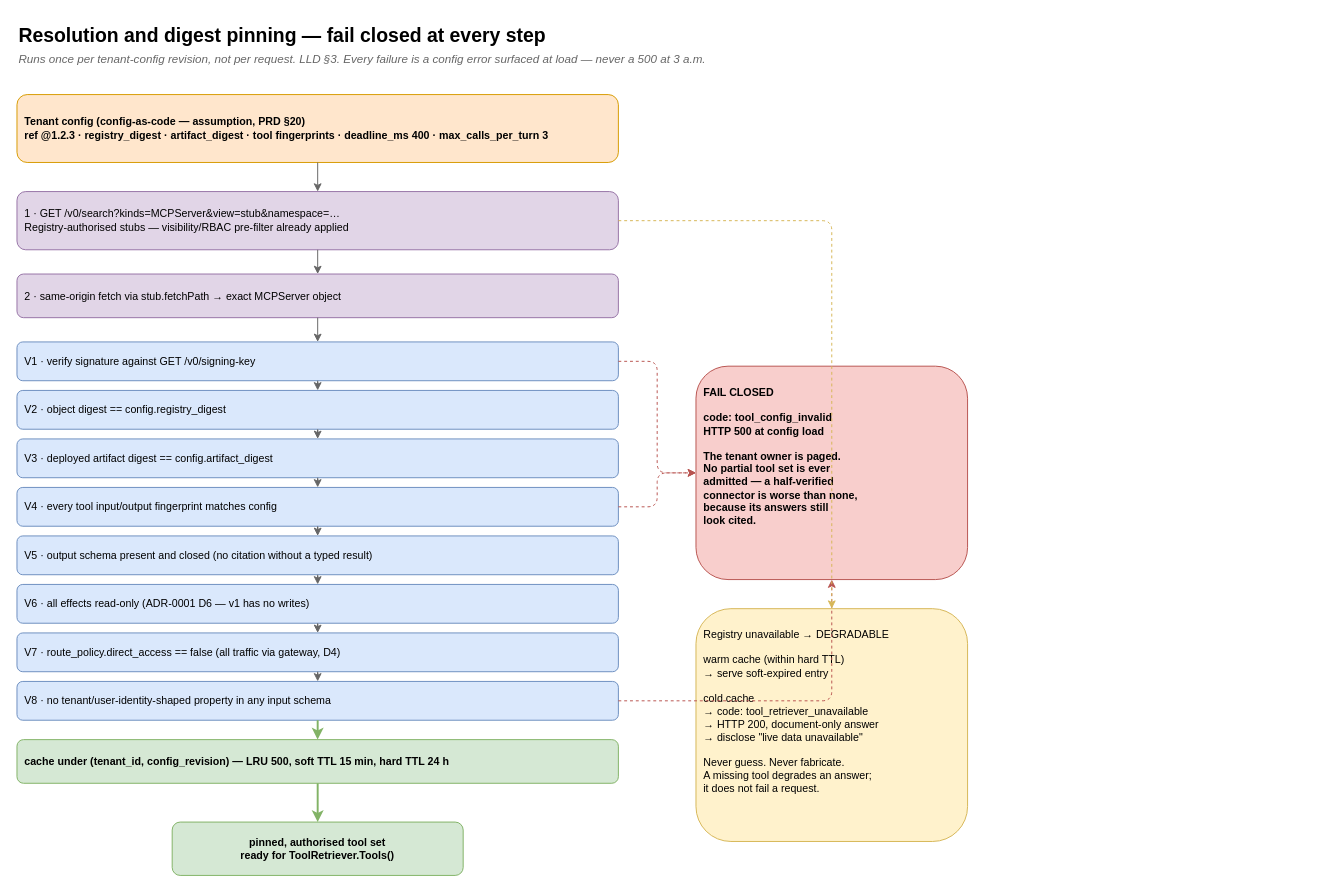
The draw.io diagram page "03 Resolution and Pinning" (3 of 7) of docs/diagrams/australis-architecture.drawio in tesserix/australis, before the edit. Source tidied: cells renumbered, new cells numbered last; positions are measured from the earlier drawing's top-left corner, leaving out a move shared by most shapes. Both pictures are drawn from the tidied source at 97%, with x=0, y=0 at pixel (16, 16).
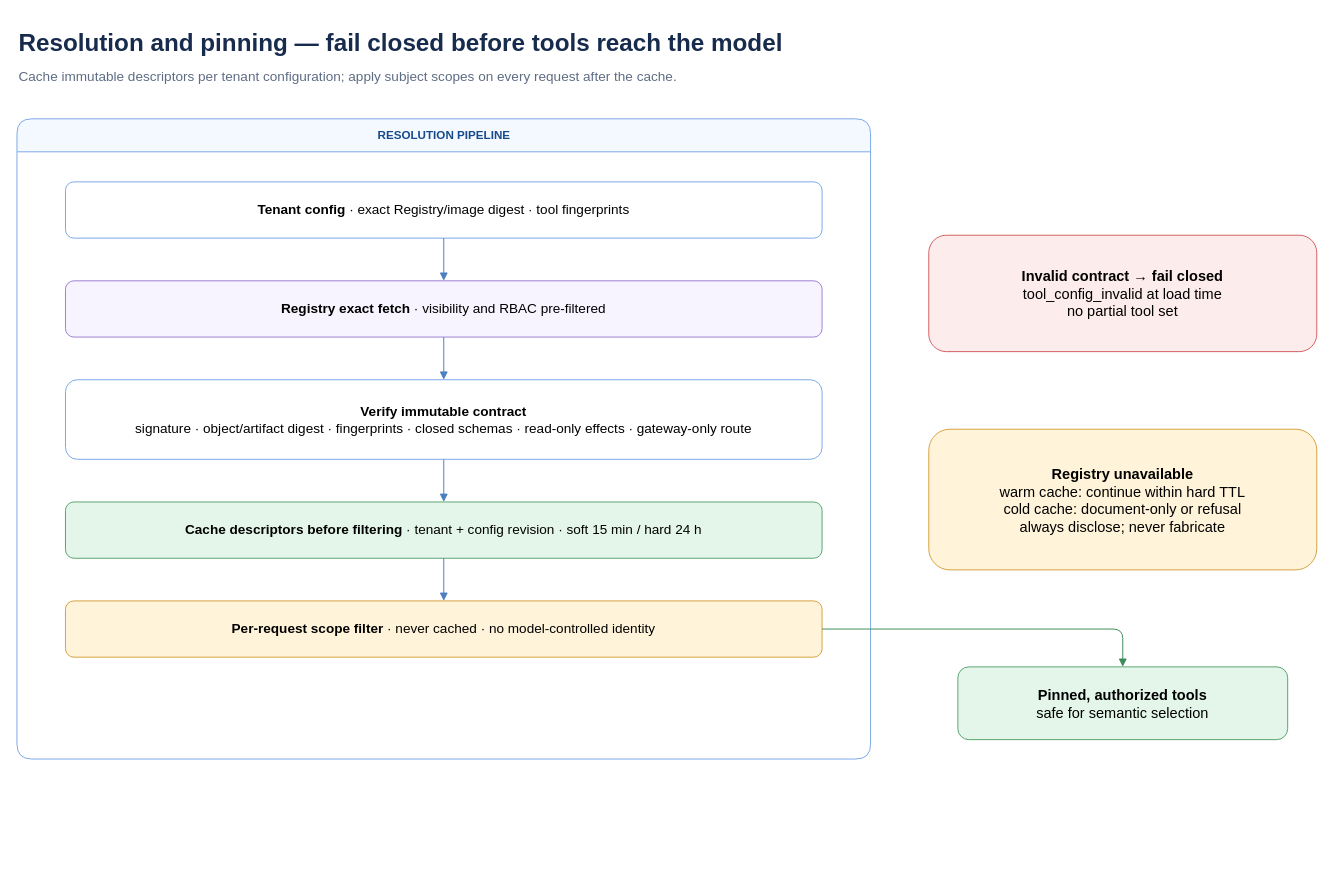
The same page after the edit.

Diff of the diagram source:
```diff
@@
-    <mxCell id="2" value="Resolution and digest pinning — fail closed at every step" style="text;html=1;strokeColor=none;fillColor=none;align=left;fontSize=20;fontStyle=1;" parent="1" vertex="1">
-      <mxGeometry width="900" height="32" as="geometry" />
-    </mxCell>
-    <mxCell id="3" value="Runs once per tenant-config revision, not per request. LLD §3. Every failure is a config error surfaced at load — never a 500 at 3 a.m." style="text;html=1;strokeColor=none;fillColor=none;align=left;fontSize=12;fontStyle=2;fontColor=#666666;" parent="1" vertex="1">
-      <mxGeometry y="30" width="1200" height="20" as="geometry" />
-    </mxCell>
-    <mxCell id="4" value="Tenant config (config-as-code — assumption, PRD §20)&#10;ref @1.2.3 · registry_digest · artifact_digest · tool fingerprints · deadline_ms 400 · max_calls_per_turn 3" style="rounded=1;whiteSpace=wrap;html=1;fillColor=#ffe6cc;strokeColor=#d79b00;fontStyle=1;align=left;spacing=8;fontSize=11;" parent="1" vertex="1">
-      <mxGeometry y="80" width="620" height="70" as="geometry" />
-    </mxCell>
+    <mxCell id="35" value="Resolution and pinning — fail closed before tools reach the model" style="text;html=1;strokeColor=none;fillColor=none;fontSize=25;fontStyle=1;fontColor=#172B4D;" parent="1" vertex="1">
+      <mxGeometry y="5" width="1200" height="38" as="geometry" />
+    </mxCell>
+    <mxCell id="36" value="Cache immutable descriptors per tenant configuration; apply subject scopes on every request after the cache." style="text;html=1;strokeColor=none;fillColor=none;fontSize=14;fontColor=#5E6C84;" parent="1" vertex="1">
+      <mxGeometry y="47" width="1100" height="26" as="geometry" />
+    </mxCell>
+    <mxCell id="37" value="RESOLUTION PIPELINE" style="swimlane;html=1;startSize=34;rounded=1;fillColor=#F4F8FF;strokeColor=#7AA7E8;fontColor=#174A8B;fontStyle=1;" parent="1" vertex="1">
+      <mxGeometry y="105" width="880" height="660" as="geometry" />
+    </mxCell>
-    <mxCell id="5" value="1 · GET /v0/search?kinds=MCPServer&amp;view=stub&amp;namespace=…&#10;Registry-authorised stubs — visibility/RBAC pre-filter already applied" style="rounded=1;whiteSpace=wrap;html=1;fillColor=#e1d5e7;strokeColor=#9673a6;align=left;spacing=8;fontSize=11;" parent="1" vertex="1">
-      <mxGeometry y="180" width="620" height="60" as="geometry" />
+    <mxCell id="5" value="&lt;b&gt;Tenant config&lt;/b&gt; · exact Registry/image digest · tool fingerprints" style="rounded=1;whiteSpace=wrap;html=1;fillColor=#FFFFFF;strokeColor=#7AA7E8;fontSize=14;" parent="1" vertex="1">
+      <mxGeometry x="50" y="170" width="780" height="58" as="geometry" />
     </mxCell>
-    <mxCell id="6" value="2 · same-origin fetch via stub.fetchPath → exact MCPServer object" style="rounded=1;whiteSpace=wrap;html=1;fillColor=#e1d5e7;strokeColor=#9673a6;align=left;spacing=8;fontSize=11;" parent="1" vertex="1">
-      <mxGeometry y="265" width="620" height="45" as="geometry" />
+    <mxCell id="6" value="&lt;b&gt;Registry exact fetch&lt;/b&gt; · visibility and RBAC pre-filtered" style="rounded=1;whiteSpace=wrap;html=1;fillColor=#F7F4FF;strokeColor=#9B7ED0;fontSize=14;" parent="1" vertex="1">
+      <mxGeometry x="50" y="272" width="780" height="58" as="geometry" />
     </mxCell>
-    <mxCell id="7" value="V1 · verify signature against GET /v0/signing-key" style="rounded=1;whiteSpace=wrap;html=1;fillColor=#dae8fc;strokeColor=#6c8ebf;align=left;spacing=8;fontSize=11;" parent="1" vertex="1">
-      <mxGeometry y="335" width="620" height="40" as="geometry" />
+    <mxCell id="7" value="&lt;b&gt;Verify immutable contract&lt;/b&gt;&lt;br&gt;signature · object/artifact digest · fingerprints · closed schemas · read-only effects · gateway-only route" style="rounded=1;whiteSpace=wrap;html=1;fillColor=#FFFFFF;strokeColor=#7AA7E8;fontSize=14;" parent="1" vertex="1">
+      <mxGeometry x="50" y="374" width="780" height="82" as="geometry" />
     </mxCell>
-    <mxCell id="8" value="V2 · object digest == config.registry_digest" style="rounded=1;whiteSpace=wrap;html=1;fillColor=#dae8fc;strokeColor=#6c8ebf;align=left;spacing=8;fontSize=11;" parent="1" vertex="1">
-      <mxGeometry y="385" width="620" height="40" as="geometry" />
+    <mxCell id="8" value="&lt;b&gt;Cache descriptors before filtering&lt;/b&gt; · tenant + config revision · soft 15 min / hard 24 h" style="rounded=1;whiteSpace=wrap;html=1;fillColor=#E4F6EA;strokeColor=#58A36E;fontSize=14;" parent="1" vertex="1">
+      <mxGeometry x="50" y="500" width="780" height="58" as="geometry" />
     </mxCell>
-    <mxCell id="9" value="V3 · deployed artifact digest == config.artifact_digest" style="rounded=1;whiteSpace=wrap;html=1;fillColor=#dae8fc;strokeColor=#6c8ebf;align=left;spacing=8;fontSize=11;" parent="1" vertex="1">
-      <mxGeometry y="435" width="620" height="40" as="geometry" />
+    <mxCell id="9" value="&lt;b&gt;Per-request scope filter&lt;/b&gt; · never cached · no model-controlled identity" style="rounded=1;whiteSpace=wrap;html=1;fillColor=#FFF3D9;strokeColor=#D6A03D;fontSize=14;" parent="1" vertex="1">
+      <mxGeometry x="50" y="602" width="780" height="58" as="geometry" />
     </mxCell>
-    <mxCell id="10" value="V4 · every tool input/output fingerprint matches config" style="rounded=1;whiteSpace=wrap;html=1;fillColor=#dae8fc;strokeColor=#6c8ebf;align=left;spacing=8;fontSize=11;" parent="1" vertex="1">
-      <mxGeometry y="485" width="620" height="40" as="geometry" />
-    </mxCell>
-    <mxCell id="11" value="V5 · output schema present and closed (no citation without a typed result)" style="rounded=1;whiteSpace=wrap;html=1;fillColor=#dae8fc;strokeColor=#6c8ebf;align=left;spacing=8;fontSize=11;" parent="1" vertex="1">
-      <mxGeometry y="535" width="620" height="40" as="geometry" />
-    </mxCell>
-    <mxCell id="12" value="V6 · all effects read-only (ADR-0001 D6 — v1 has no writes)" style="rounded=1;whiteSpace=wrap;html=1;fillColor=#dae8fc;strokeColor=#6c8ebf;align=left;spacing=8;fontSize=11;" parent="1" vertex="1">
-      <mxGeometry y="585" width="620" height="40" as="geometry" />
-    </mxCell>
-    <mxCell id="13" value="V7 · route_policy.direct_access == false (all traffic via gateway, D4)" style="rounded=1;whiteSpace=wrap;html=1;fillColor=#dae8fc;strokeColor=#6c8ebf;align=left;spacing=8;fontSize=11;" parent="1" vertex="1">
-      <mxGeometry y="635" width="620" height="40" as="geometry" />
-    </mxCell>
-    <mxCell id="14" value="V8 · no tenant/user-identity-shaped property in any input schema" style="rounded=1;whiteSpace=wrap;html=1;fillColor=#dae8fc;strokeColor=#6c8ebf;align=left;spacing=8;fontSize=11;" parent="1" vertex="1">
-      <mxGeometry y="685" width="620" height="40" as="geometry" />
-    </mxCell>
-    <mxCell id="15" value="cache under (tenant_id, config_revision) — LRU 500, soft TTL 15 min, hard TTL 24 h" style="rounded=1;whiteSpace=wrap;html=1;fillColor=#d5e8d4;strokeColor=#82b366;fontStyle=1;align=left;spacing=8;fontSize=11;" parent="1" vertex="1">
-      <mxGeometry y="745" width="620" height="45" as="geometry" />
-    </mxCell>
-    <mxCell id="16" value="pinned, authorised tool set&#10;ready for ToolRetriever.Tools()" style="rounded=1;whiteSpace=wrap;html=1;fillColor=#d5e8d4;strokeColor=#82b366;fontStyle=1;fontSize=11;" parent="1" vertex="1">
-      <mxGeometry x="160" y="830" width="300" height="55" as="geometry" />
-    </mxCell>
-    <mxCell id="17" value="FAIL CLOSED&#10;&#10;code: tool_config_invalid&#10;HTTP 500 at config load&#10;&#10;The tenant owner is paged.&#10;No partial tool set is ever&#10;admitted — a half-verified&#10;connector is worse than none,&#10;because its answers still&#10;look cited." style="rounded=1;whiteSpace=wrap;html=1;fillColor=#f8cecc;strokeColor=#b85450;fontStyle=1;align=left;spacing=8;verticalAlign=top;spacingTop=8;fontSize=11;" parent="1" vertex="1">
-      <mxGeometry x="700" y="360" width="280" height="220" as="geometry" />
-    </mxCell>
-    <mxCell id="18" value="Registry unavailable → DEGRADABLE&#10;&#10;warm cache (within hard TTL)&#10;  → serve soft-expired entry&#10;&#10;cold cache&#10;  → code: tool_retriever_unavailable&#10;  → HTTP 200, document-only answer&#10;  → disclose &quot;live data unavailable&quot;&#10;&#10;Never guess. Never fabricate.&#10;A missing tool degrades an answer;&#10;it does not fail a request." style="rounded=1;whiteSpace=wrap;html=1;fillColor=#fff2cc;strokeColor=#d6b656;align=left;spacing=8;verticalAlign=top;spacingTop=8;fontSize=11;" parent="1" vertex="1">
-      <mxGeometry x="700" y="610" width="280" height="240" as="geometry" />
-    </mxCell>
-    <mxCell id="19" style="edgeStyle=orthogonalEdgeStyle;html=1;strokeColor=#b85450;dashed=1;" parent="1" edge="1" source="7" target="17">
-      <mxGeometry relative="1" as="geometry" />
-    </mxCell>
-    <mxCell id="20" style="edgeStyle=orthogonalEdgeStyle;html=1;strokeColor=#b85450;dashed=1;" parent="1" edge="1" source="10" target="17">
-      <mxGeometry relative="1" as="geometry" />
-    </mxCell>
-    <mxCell id="21" style="edgeStyle=orthogonalEdgeStyle;html=1;strokeColor=#b85450;dashed=1;" parent="1" edge="1" source="14" target="17">
-      <mxGeometry relative="1" as="geometry" />
-    </mxCell>
-    <mxCell id="22" style="edgeStyle=orthogonalEdgeStyle;html=1;strokeColor=#d6b656;dashed=1;" parent="1" edge="1" source="5" target="18">
-      <mxGeometry relative="1" as="geometry" />
-    </mxCell>
-    <mxCell id="23" style="edgeStyle=orthogonalEdgeStyle;html=1;strokeColor=#666666;" parent="1" edge="1" source="4" target="5">
-      <mxGeometry relative="1" as="geometry" />
-    </mxCell>
+    <mxCell id="38" value="&lt;b&gt;Pinned, authorized tools&lt;/b&gt;&lt;br&gt;safe for semantic selection" style="rounded=1;whiteSpace=wrap;html=1;fillColor=#E4F6EA;strokeColor=#58A36E;fontSize=15;" parent="1" vertex="1">
+      <mxGeometry x="970" y="670" width="340" height="75" as="geometry" />
+    </mxCell>
+    <mxCell id="39" value="&lt;b&gt;Invalid contract → fail closed&lt;/b&gt;&lt;br&gt;tool_config_invalid at load time&lt;br&gt;no partial tool set" style="rounded=1;whiteSpace=wrap;html=1;fillColor=#FDECEC;strokeColor=#D35D5D;fontSize=15;" parent="1" vertex="1">
+      <mxGeometry x="940" y="225" width="400" height="120" as="geometry" />
+    </mxCell>
+    <mxCell id="40" value="&lt;b&gt;Registry unavailable&lt;/b&gt;&lt;br&gt;warm cache: continue within hard TTL&lt;br&gt;cold cache: document-only or refusal&lt;br&gt;always disclose; never fabricate" style="rounded=1;whiteSpace=wrap;html=1;fillColor=#FFF3D9;strokeColor=#D6A03D;fontSize=15;" parent="1" vertex="1">
+      <mxGeometry x="940" y="425" width="400" height="145" as="geometry" />
+    </mxCell>
-    <mxCell id="24" style="edgeStyle=orthogonalEdgeStyle;html=1;strokeColor=#666666;" parent="1" edge="1" source="5" target="6">
+    <mxCell id="24" style="edgeStyle=orthogonalEdgeStyle;html=1;endArrow=block;strokeColor=#4C7FC0;" parent="1" edge="1" source="5" target="6">
       <mxGeometry relative="1" as="geometry" />
     </mxCell>
-    <mxCell id="25" style="edgeStyle=orthogonalEdgeStyle;html=1;strokeColor=#666666;" parent="1" edge="1" source="6" target="7">
+    <mxCell id="25" style="edgeStyle=orthogonalEdgeStyle;html=1;endArrow=block;strokeColor=#4C7FC0;" parent="1" edge="1" source="6" target="7">
       <mxGeometry relative="1" as="geometry" />
     </mxCell>
-    <mxCell id="26" style="edgeStyle=orthogonalEdgeStyle;html=1;strokeColor=#666666;" parent="1" edge="1" source="7" target="8">
+    <mxCell id="26" style="edgeStyle=orthogonalEdgeStyle;html=1;endArrow=block;strokeColor=#4C7FC0;" parent="1" edge="1" source="7" target="8">
       <mxGeometry relative="1" as="geometry" />
     </mxCell>
-    <mxCell id="27" style="edgeStyle=orthogonalEdgeStyle;html=1;strokeColor=#666666;" parent="1" edge="1" source="8" target="9">
+    <mxCell id="27" style="edgeStyle=orthogonalEdgeStyle;html=1;endArrow=block;strokeColor=#4C7FC0;" parent="1" edge="1" source="8" target="9">
       <mxGeometry relative="1" as="geometry" />
     </mxCell>
-    <mxCell id="28" style="edgeStyle=orthogonalEdgeStyle;html=1;strokeColor=#666666;" parent="1" edge="1" source="9" target="10">
-      <mxGeometry relative="1" as="geometry" />
-    </mxCell>
-    <mxCell id="29" style="edgeStyle=orthogonalEdgeStyle;html=1;strokeColor=#666666;" parent="1" edge="1" source="10" target="11">
-      <mxGeometry relative="1" as="geometry" />
-    </mxCell>
-    <mxCell id="30" style="edgeStyle=orthogonalEdgeStyle;html=1;strokeColor=#666666;" parent="1" edge="1" source="11" target="12">
-      <mxGeometry relative="1" as="geometry" />
-    </mxCell>
-    <mxCell id="31" style="edgeStyle=orthogonalEdgeStyle;html=1;strokeColor=#666666;" parent="1" edge="1" source="12" target="13">
-      <mxGeometry relative="1" as="geometry" />
-    </mxCell>
-    <mxCell id="32" style="edgeStyle=orthogonalEdgeStyle;html=1;strokeColor=#666666;" parent="1" edge="1" source="13" target="14">
-      <mxGeometry relative="1" as="geometry" />
-    </mxCell>
-    <mxCell id="33" style="edgeStyle=orthogonalEdgeStyle;html=1;strokeColor=#82b366;strokeWidth=2;" parent="1" edge="1" source="14" target="15">
-      <mxGeometry relative="1" as="geometry" />
-    </mxCell>
-    <mxCell id="34" style="edgeStyle=orthogonalEdgeStyle;html=1;strokeColor=#82b366;strokeWidth=2;" parent="1" edge="1" source="15" target="16">
-      <mxGeometry relative="1" as="geometry" />
-    </mxCell>
+    <mxCell id="41" style="edgeStyle=orthogonalEdgeStyle;html=1;endArrow=block;strokeColor=#3E8C5A;" parent="1" edge="1" source="9" target="38">
+      <mxGeometry relative="1" as="geometry" />
+    </mxCell>
```
